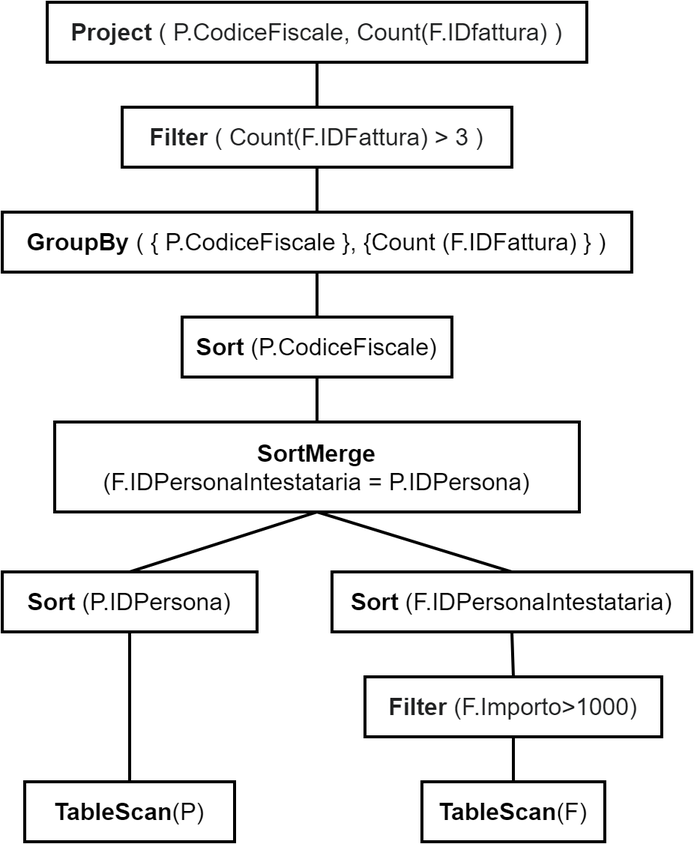
Above: Piani di accesso/Albero fisico 3.png in alessandro-antonelli/Studio-professionale-fatture (draw.io), before the change. Source tidied: cells renumbered, new cells last; positions are measured from the earlier drawing's top-left corner, leaving out a move shared by most shapes.
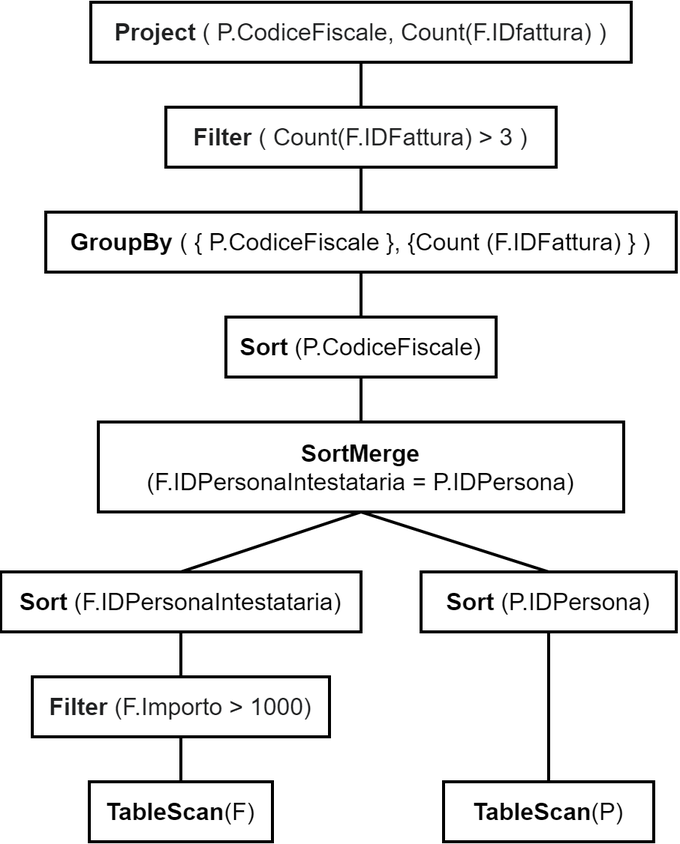
After the commit.

Diff of the diagram source:
```diff
@@ -3,13 +3,13 @@
     <mxCell id="0" />
     <mxCell id="1" parent="0" />
     <mxCell id="2" value="&lt;span style=&quot;font-size: 16px&quot;&gt;&lt;b&gt;TableScan&lt;/b&gt;(P)&lt;/span&gt;" style="text;html=1;fillColor=none;align=center;verticalAlign=middle;whiteSpace=wrap;rounded=0;strokeColor=#000000;strokeWidth=2;fontStyle=0;fontSize=16;" parent="1" vertex="1">
-      <mxGeometry x="15" y="520" width="140" height="40" as="geometry" />
+      <mxGeometry x="265" y="520" width="140" height="40" as="geometry" />
     </mxCell>
     <mxCell id="3" value="&lt;span style=&quot;font-size: 16px&quot;&gt;&lt;b&gt;TableScan&lt;/b&gt;(F)&lt;/span&gt;" style="text;html=1;fillColor=none;align=center;verticalAlign=middle;whiteSpace=wrap;rounded=0;strokeColor=#000000;strokeWidth=2;fontStyle=0;fontSize=16;" parent="1" vertex="1">
-      <mxGeometry x="280" y="520" width="122" height="40" as="geometry" />
+      <mxGeometry x="29" y="520" width="122" height="40" as="geometry" />
     </mxCell>
-    <mxCell id="4" value="&lt;div style=&quot;text-align: left ; font-size: 16px&quot;&gt;&lt;font color=&quot;#202122&quot; face=&quot;sans-serif&quot; style=&quot;font-size: 16px&quot;&gt;&lt;span style=&quot;font-size: 16px ; background-color: rgb(255 , 255 , 255)&quot;&gt;&lt;span style=&quot;font-size: 16px&quot;&gt;&lt;b&gt;Filter&lt;/b&gt; (F.Importo&amp;gt;1000)&lt;/span&gt;&lt;/span&gt;&lt;/font&gt;&lt;/div&gt;" style="text;html=1;fillColor=none;align=center;verticalAlign=middle;whiteSpace=wrap;rounded=0;strokeColor=#000000;strokeWidth=2;fontStyle=0;fontSize=16;" parent="1" vertex="1">
-      <mxGeometry x="242" y="450" width="198" height="40" as="geometry" />
+    <mxCell id="4" value="&lt;div style=&quot;text-align: left ; font-size: 16px&quot;&gt;&lt;font color=&quot;#202122&quot; face=&quot;sans-serif&quot; style=&quot;font-size: 16px&quot;&gt;&lt;span style=&quot;font-size: 16px ; background-color: rgb(255 , 255 , 255)&quot;&gt;&lt;span style=&quot;font-size: 16px&quot;&gt;&lt;b&gt;Filter&lt;/b&gt; (F.Importo &amp;gt; 1000)&lt;/span&gt;&lt;/span&gt;&lt;/font&gt;&lt;/div&gt;" style="text;html=1;fillColor=none;align=center;verticalAlign=middle;whiteSpace=wrap;rounded=0;strokeColor=#000000;strokeWidth=2;fontStyle=0;fontSize=16;" parent="1" vertex="1">
+      <mxGeometry x="-9" y="450" width="198" height="40" as="geometry" />
     </mxCell>
     <mxCell id="5" style="endArrow=none;html=1;entryX=0.5;entryY=0;entryDx=0;entryDy=0;exitX=0.5;exitY=1;exitDx=0;exitDy=0;fontStyle=0;fontSize=16;strokeWidth=2;" parent="1" edge="1" source="4" target="3">
       <mxGeometry relative="1" as="geometry" />
@@ -39,10 +39,10 @@
       <mxGeometry relative="1" as="geometry" />
     </mxCell>
     <mxCell id="14" value="&lt;font style=&quot;font-size: 16px&quot;&gt;&lt;span style=&quot;font-size: 16px&quot;&gt;&lt;b&gt;Sort&lt;/b&gt; (P.IDPersona)&lt;/span&gt;&lt;/font&gt;" style="text;html=1;fillColor=none;align=center;verticalAlign=middle;whiteSpace=wrap;rounded=0;strokeColor=#000000;strokeWidth=2;fontStyle=0;fontSize=16;" parent="1" vertex="1">
-      <mxGeometry y="380" width="170" height="40" as="geometry" />
+      <mxGeometry x="250" y="380" width="170" height="40" as="geometry" />
     </mxCell>
     <mxCell id="15" value="&lt;span style=&quot;font-size: 16px&quot;&gt;&lt;b&gt;Sort&lt;/b&gt; (F.IDPersonaIntestataria)&lt;/span&gt;" style="text;html=1;fillColor=none;align=center;verticalAlign=middle;whiteSpace=wrap;rounded=0;strokeColor=#000000;strokeWidth=2;fontStyle=0;fontSize=16;" parent="1" vertex="1">
-      <mxGeometry x="220" y="380" width="240" height="40" as="geometry" />
+      <mxGeometry x="-30" y="380" width="240" height="40" as="geometry" />
     </mxCell>
     <mxCell id="16" style="endArrow=none;html=1;entryX=0.5;entryY=1;entryDx=0;entryDy=0;exitX=0.5;exitY=0;exitDx=0;exitDy=0;fontStyle=0;fontSize=16;strokeWidth=2;" parent="1" edge="1" source="2" target="14">
       <mxGeometry relative="1" as="geometry" />
```
